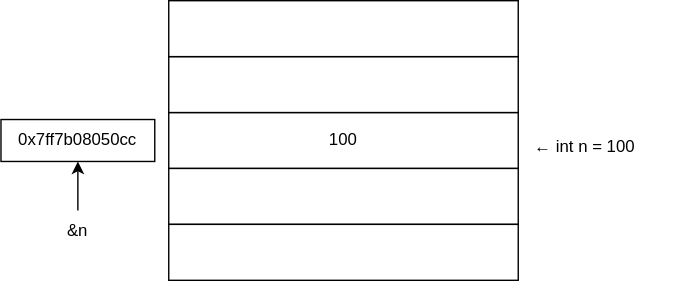
The draw.io diagram pointer.drawio.svg in takumi-pro/clang-training, before a commit. Source tidied: cells renumbered, new cells last; positions are measured from the earlier drawing's top-left corner, leaving out a move shared by most shapes. Source of this version:
```xml
<mxGraphModel>
  <root>
    <mxCell id="0" />
    <mxCell id="1" parent="0" />
    <mxCell id="2" value="100" style="rounded=0;whiteSpace=wrap;html=1;" parent="1" vertex="1">
      <mxGeometry x="120" y="80" width="250" height="40" as="geometry" />
    </mxCell>
    <mxCell id="3" style="rounded=0;whiteSpace=wrap;html=1;" parent="1" vertex="1">
      <mxGeometry x="120" y="120" width="250" height="40" as="geometry" />
    </mxCell>
    <mxCell id="4" value="← int n = 100" style="text;html=1;strokeColor=none;fillColor=none;align=left;verticalAlign=middle;whiteSpace=wrap;rounded=0;" parent="1" vertex="1">
      <mxGeometry x="380" y="90" width="110" height="30" as="geometry" />
    </mxCell>
    <mxCell id="5" value="0x7ff7b08050cc" style="text;html=1;strokeColor=default;fillColor=none;align=center;verticalAlign=middle;whiteSpace=wrap;rounded=0;" parent="1" vertex="1">
      <mxGeometry y="85" width="110" height="30" as="geometry" />
    </mxCell>
    <mxCell id="6" style="rounded=0;whiteSpace=wrap;html=1;" parent="1" vertex="1">
      <mxGeometry x="120" y="160" width="250" height="40" as="geometry" />
    </mxCell>
    <mxCell id="7" style="rounded=0;whiteSpace=wrap;html=1;" parent="1" vertex="1">
      <mxGeometry x="120" y="40" width="250" height="40" as="geometry" />
    </mxCell>
    <mxCell id="8" style="rounded=0;whiteSpace=wrap;html=1;" parent="1" vertex="1">
      <mxGeometry x="120" width="250" height="40" as="geometry" />
    </mxCell>
    <mxCell id="9" style="edgeStyle=orthogonalEdgeStyle;rounded=0;jettySize=auto;html=1;entryX=0.5;entryY=1;entryDx=0;entryDy=0;" parent="1" edge="1" source="10" target="5">
      <mxGeometry relative="1" as="geometry" />
    </mxCell>
    <mxCell id="10" value="&amp;amp;n" style="text;html=1;strokeColor=none;fillColor=none;align=center;verticalAlign=middle;whiteSpace=wrap;rounded=0;" parent="1" vertex="1">
      <mxGeometry x="25" y="150" width="60" height="30" as="geometry" />
    </mxCell>
  </root>
</mxGraphModel>
```
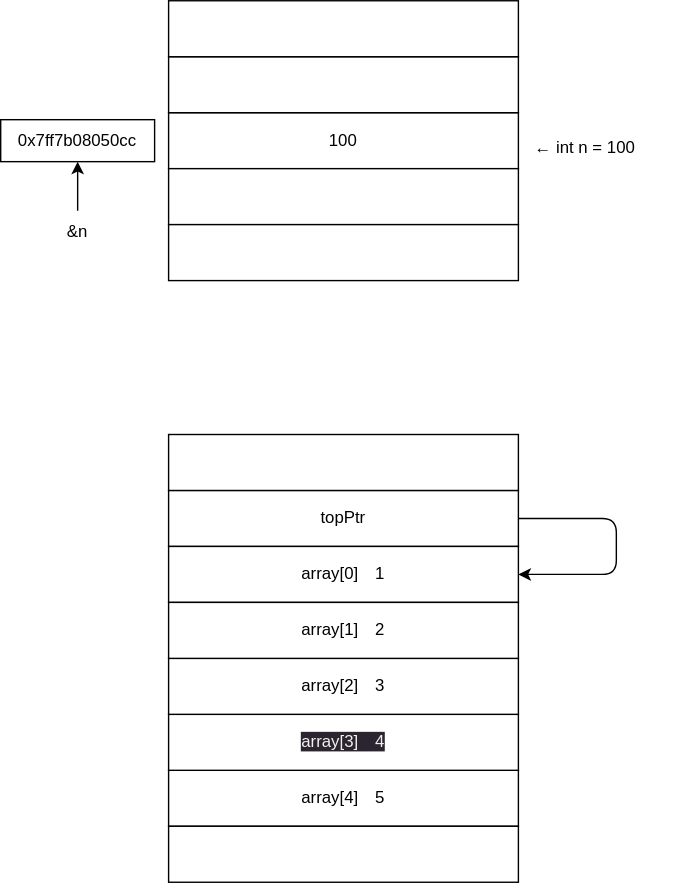
Above is the later version.

Commit message:
配列のポインタ

What changed in the source:
```diff
@@ -29,5 +29,37 @@
     <mxCell id="10" value="&amp;amp;n" style="text;html=1;strokeColor=none;fillColor=none;align=center;verticalAlign=middle;whiteSpace=wrap;rounded=0;" parent="1" vertex="1">
       <mxGeometry x="25" y="150" width="60" height="30" as="geometry" />
     </mxCell>
+    <mxCell id="11" style="edgeStyle=none;html=1;entryX=1;entryY=0.5;entryDx=0;entryDy=0;exitX=1;exitY=0.5;exitDx=0;exitDy=0;" parent="1" edge="1" source="12" target="13">
+      <mxGeometry relative="1" as="geometry">
+        <Array as="points">
+          <mxPoint x="440" y="370" />
+          <mxPoint x="440" y="410" />
+        </Array>
+      </mxGeometry>
+    </mxCell>
+    <mxCell id="12" value="topPtr" style="rounded=0;whiteSpace=wrap;html=1;" parent="1" vertex="1">
+      <mxGeometry x="120" y="350" width="250" height="40" as="geometry" />
+    </mxCell>
+    <mxCell id="13" value="array[0]　1" style="rounded=0;whiteSpace=wrap;html=1;" parent="1" vertex="1">
+      <mxGeometry x="120" y="390" width="250" height="40" as="geometry" />
+    </mxCell>
+    <mxCell id="14" value="array[4]　5" style="rounded=0;whiteSpace=wrap;html=1;" parent="1" vertex="1">
+      <mxGeometry x="120" y="550" width="250" height="40" as="geometry" />
+    </mxCell>
+    <mxCell id="15" value="&lt;span style=&quot;color: rgb(240, 240, 240); font-family: Helvetica; font-size: 12px; font-style: normal; font-variant-ligatures: normal; font-variant-caps: normal; font-weight: 400; letter-spacing: normal; orphans: 2; text-align: center; text-indent: 0px; text-transform: none; widows: 2; word-spacing: 0px; -webkit-text-stroke-width: 0px; background-color: rgb(42, 37, 47); text-decoration-thickness: initial; text-decoration-style: initial; text-decoration-color: initial; float: none; display: inline !important;&quot;&gt;array[3]　4&lt;/span&gt;" style="rounded=0;whiteSpace=wrap;html=1;" parent="1" vertex="1">
+      <mxGeometry x="120" y="510" width="250" height="40" as="geometry" />
+    </mxCell>
+    <mxCell id="16" value="array[2]　3" style="rounded=0;whiteSpace=wrap;html=1;" parent="1" vertex="1">
+      <mxGeometry x="120" y="470" width="250" height="40" as="geometry" />
+    </mxCell>
+    <mxCell id="17" style="rounded=0;whiteSpace=wrap;html=1;" parent="1" vertex="1">
+      <mxGeometry x="120" y="590" width="250" height="40" as="geometry" />
+    </mxCell>
+    <mxCell id="18" value="array[1]　2" style="rounded=0;whiteSpace=wrap;html=1;" parent="1" vertex="1">
+      <mxGeometry x="120" y="430" width="250" height="40" as="geometry" />
+    </mxCell>
+    <mxCell id="19" style="rounded=0;whiteSpace=wrap;html=1;" parent="1" vertex="1">
+      <mxGeometry x="120" y="310" width="250" height="40" as="geometry" />
+    </mxCell>
   </root>
 </mxGraphModel>
```
